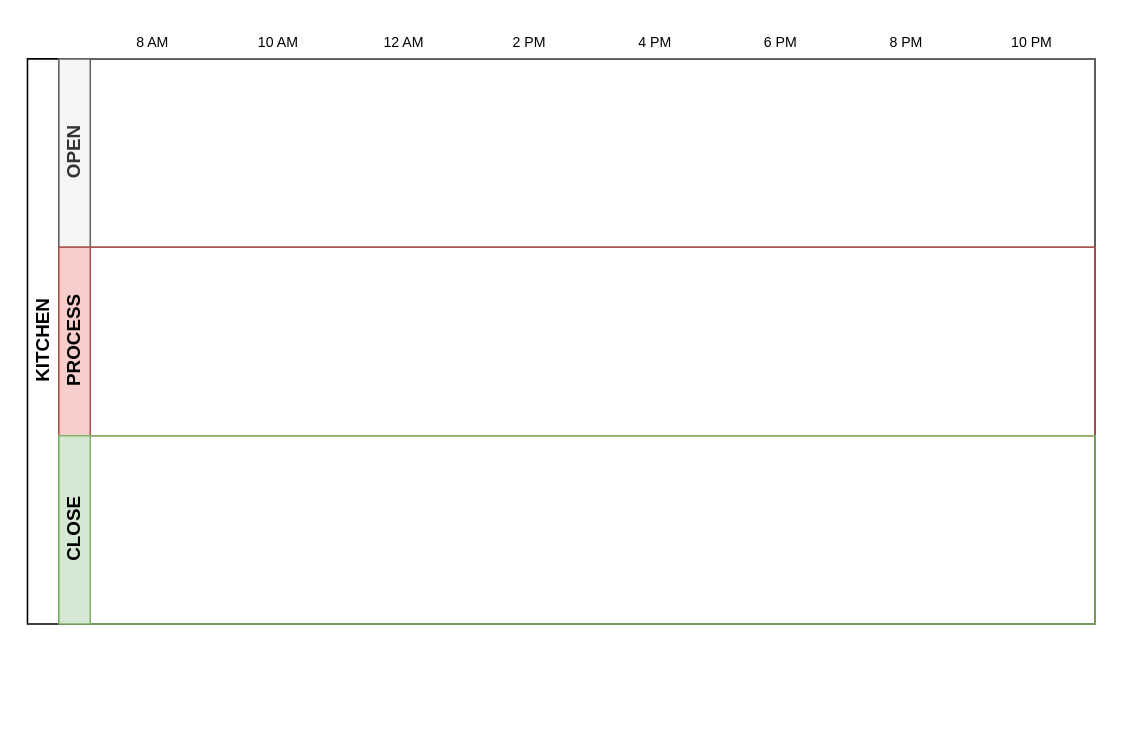
This is page "KITCHEN PROCESS" (1 of 4) of mymomo process diagram.drawio from ajoysinha/app, a draw.io file, before an edit. Source tidied: cells renumbered, new cells numbered last; positions are measured from the earlier drawing's top-left corner, leaving out a move shared by most shapes. Both pictures are drawn from the tidied source at 157%, with x=0, y=0 at pixel (27, 27). Pictures stored in the file or linked from it are replaced by grey dashed boxes.
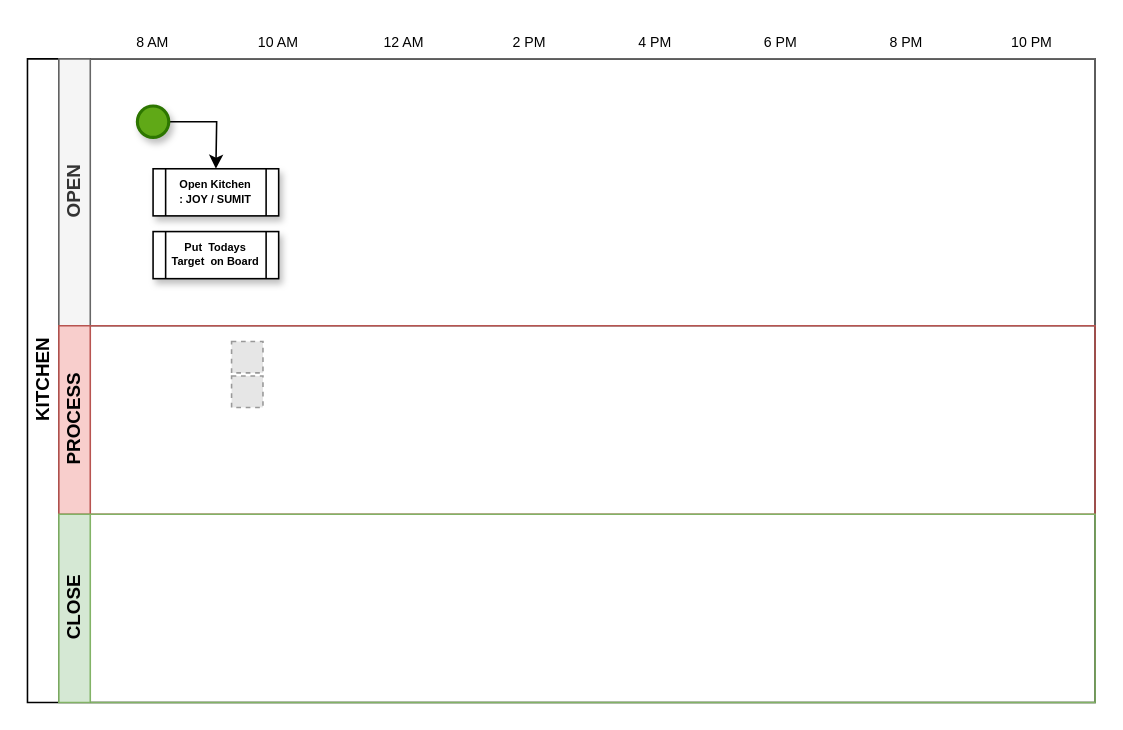
The same diagram, later.

Change to the diagram source:
```diff
@@
     <mxCell id="2" value="KITCHEN" style="swimlane;html=1;horizontal=0;startSize=20;" parent="1" vertex="1">
-      <mxGeometry y="20" width="680" height="360" as="geometry" />
+      <mxGeometry y="20" width="680" height="410" as="geometry" />
     </mxCell>
     <mxCell id="3" value="OPEN" style="swimlane;html=1;startSize=20;horizontal=0;fillColor=#f5f5f5;fontColor=#333333;strokeColor=#666666;" parent="2" vertex="1">
-      <mxGeometry x="20" width="660" height="120" as="geometry" />
+      <mxGeometry x="20" width="660" height="170" as="geometry" />
     </mxCell>
+    <mxCell id="14" value="Open Kitchen&lt;br style=&quot;font-size: 7px;&quot;&gt;: JOY / SUMIT" style="shape=process;whiteSpace=wrap;html=1;backgroundOutline=1;shadow=1;fontSize=7;fontStyle=1;" parent="3" vertex="1">
+      <mxGeometry x="60" y="70" width="80" height="30" as="geometry" />
+    </mxCell>
+    <mxCell id="15" value="Put&amp;nbsp; Todays Target&amp;nbsp; on Board" style="shape=process;whiteSpace=wrap;html=1;backgroundOutline=1;shadow=1;fontSize=7;fontStyle=1;" parent="3" vertex="1">
+      <mxGeometry x="60" y="110" width="80" height="30" as="geometry" />
+    </mxCell>
     <mxCell id="4" value="PROCESS" style="swimlane;html=1;startSize=20;horizontal=0;fillColor=#f8cecc;strokeColor=#b85450;" parent="2" vertex="1">
-      <mxGeometry x="20" y="120" width="660" height="120" as="geometry" />
+      <mxGeometry x="20" y="170" width="660" height="120" as="geometry" />
     </mxCell>
+    <mxCell id="16" style="fillColor=#E6E6E6;strokeColor=#999999;dashed=1;html=1;verticalAlign=top;verticalLabelPosition=bottom;labelBackgroundColor=#ffffff;fontSize=7;" parent="4" vertex="1">
+      <mxGeometry x="110" y="10" width="20" height="20" as="geometry" />
+    </mxCell>
+    <mxCell id="17" style="fillColor=#E6E6E6;strokeColor=#999999;dashed=1;html=1;verticalAlign=top;verticalLabelPosition=bottom;labelBackgroundColor=#ffffff;fontSize=7;" parent="4" vertex="1">
+      <mxGeometry x="110" y="32" width="20" height="20" as="geometry" />
+    </mxCell>
     <mxCell id="5" value="CLOSE" style="swimlane;html=1;startSize=20;horizontal=0;fillColor=#d5e8d4;strokeColor=#82b366;" parent="2" vertex="1">
-      <mxGeometry x="20" y="240" width="660" height="120" as="geometry" />
+      <mxGeometry x="20" y="290" width="660" height="120" as="geometry" />
     </mxCell>
@@
+    <mxCell id="18" style="edgeStyle=orthogonalEdgeStyle;rounded=0;jettySize=auto;html=1;fontSize=7;exitX=1;exitY=0.5;exitDx=0;exitDy=0;exitPerimeter=0;" parent="1" edge="1" source="19">
+      <mxGeometry relative="1" as="geometry">
+        <mxPoint x="120" y="90" as="targetPoint" />
+      </mxGeometry>
+    </mxCell>
+    <mxCell id="19" style="strokeWidth=2;html=1;shape=mxgraph.flowchart.start_2;whiteSpace=wrap;fontSize=9;fillColor=#60a917;fontColor=#ffffff;strokeColor=#2D7600;shadow=1;" parent="1" vertex="1">
+      <mxGeometry x="70" y="50" width="20" height="20" as="geometry" />
+    </mxCell>
```
